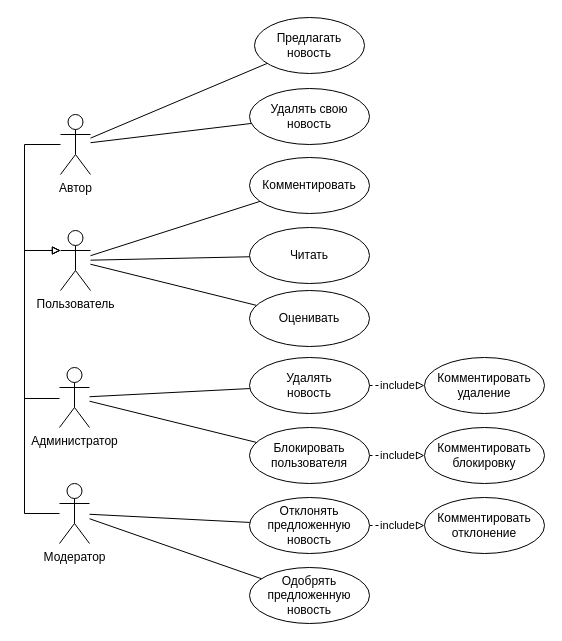
The draw.io diagram lab1.drawio in JohnQuill/Arch-prog-obesp, before the edit. Source tidied: cells renumbered, new cells numbered last; positions are measured from the earlier drawing's top-left corner, leaving out a move shared by most shapes. Both pictures are drawn from the tidied source at 100%, with x=0, y=0 at pixel (24, 17).
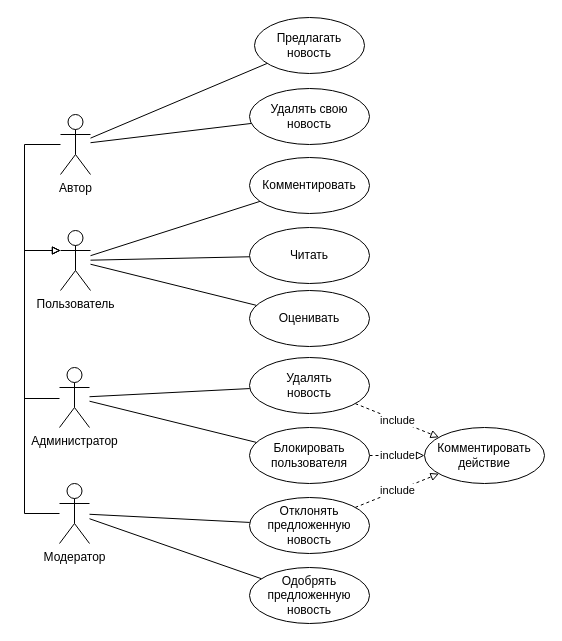
The same page after the edit.

Commit message:
Удаление дублирования

Unchanged cells that the change refers to:
```xml
<mxCell id="17" value="Удалять&lt;br&gt;новость" style="ellipse;whiteSpace=wrap;html=1;verticalAlign=middle;" parent="1" vertex="1">
  <mxGeometry x="225" y="340" width="120" height="56" as="geometry" />
</mxCell>
<mxCell id="25" value="Отклонять предложенную новость" style="ellipse;whiteSpace=wrap;html=1;verticalAlign=middle;" parent="1" vertex="1">
  <mxGeometry x="225" y="480" width="120" height="56" as="geometry" />
</mxCell>
```

What changed in the source:
```diff
@@
-    <mxCell id="16" value="include" style="rounded=0;jettySize=auto;html=1;dashed=1;endArrow=block;endFill=0;" parent="1" edge="1" source="17" target="29">
+    <mxCell id="16" value="include" style="rounded=0;jettySize=auto;html=1;dashed=1;endArrow=block;endFill=0;" parent="1" edge="1" source="17" target="28">
       <mxGeometry relative="1" as="geometry" />
     </mxCell>
@@
-    <mxCell id="24" value="include" style="rounded=0;jettySize=auto;html=1;dashed=1;endArrow=block;endFill=0;" parent="1" edge="1" source="25" target="27">
+    <mxCell id="24" value="include" style="rounded=0;jettySize=auto;html=1;dashed=1;endArrow=block;endFill=0;" parent="1" edge="1" source="25" target="28">
       <mxGeometry relative="1" as="geometry" />
     </mxCell>
@@
-    <mxCell id="27" value="Комментировать отклонение" style="ellipse;whiteSpace=wrap;html=1;verticalAlign=middle;" parent="1" vertex="1">
-      <mxGeometry x="400" y="480" width="120" height="56" as="geometry" />
-    </mxCell>
-    <mxCell id="28" value="Комментировать блокировку" style="ellipse;whiteSpace=wrap;html=1;verticalAlign=middle;" parent="1" vertex="1">
+    <mxCell id="28" value="Комментировать действие" style="ellipse;whiteSpace=wrap;html=1;verticalAlign=middle;" parent="1" vertex="1">
       <mxGeometry x="400" y="410" width="120" height="56" as="geometry" />
     </mxCell>
-    <mxCell id="29" value="Комментировать удаление" style="ellipse;whiteSpace=wrap;html=1;verticalAlign=middle;" parent="1" vertex="1">
-      <mxGeometry x="400" y="340" width="120" height="56" as="geometry" />
-    </mxCell>
```
